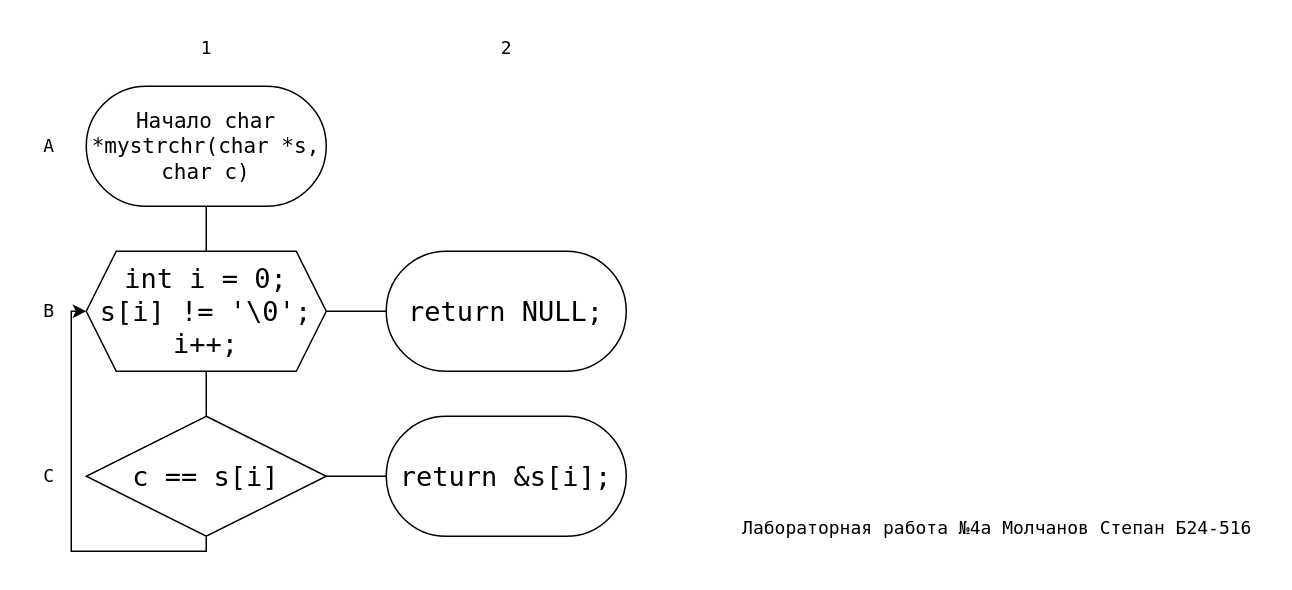
Before: page "mystrchr" (8 of 9) of lab4/flowchart.drawio in molchanov71/MEPhIflowcharts, a draw.io diagram. Source tidied: cells renumbered, new cells numbered last; positions are measured from the earlier drawing's top-left corner, leaving out a move shared by most shapes. Both pictures are drawn from the tidied source at 150%, with x=0, y=0 at pixel (26, 26).
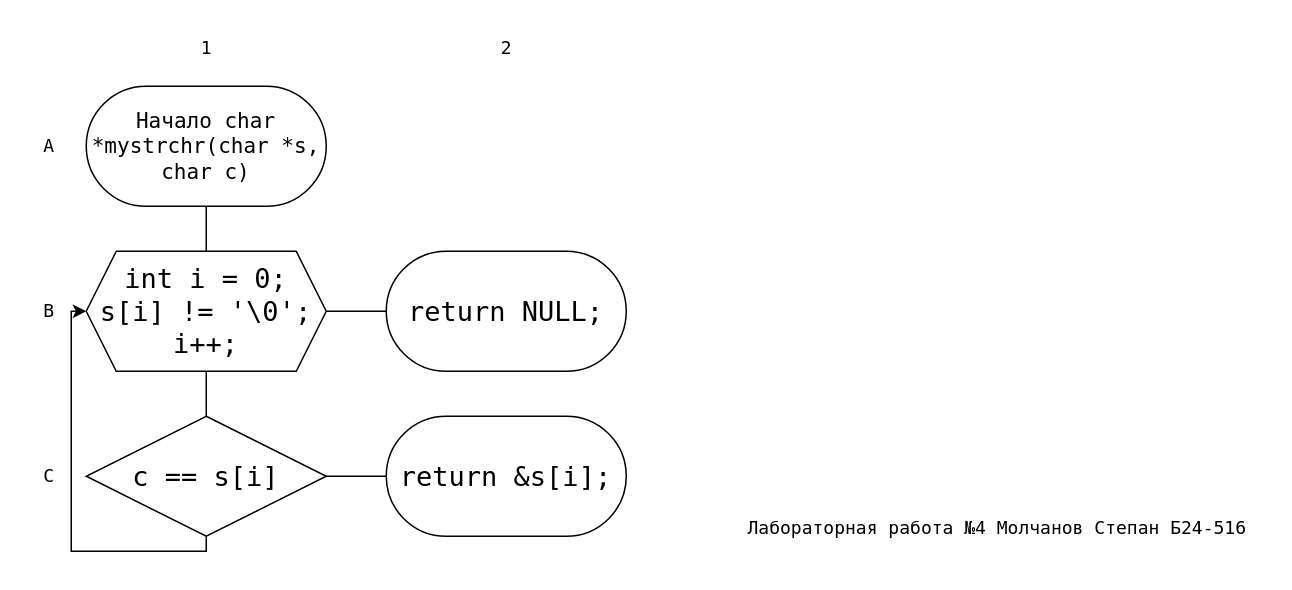
Above is the later version.

Diff of the diagram source:
```diff
@@
 <mxGraphModel>
   <root>
     <mxCell id="0" />
     <mxCell id="1" parent="0" />
     <mxCell id="2" style="edgeStyle=orthogonalEdgeStyle;rounded=0;jettySize=auto;html=1;exitX=0.5;exitY=1;exitDx=0;exitDy=0;entryX=0.5;entryY=0;entryDx=0;entryDy=0;endArrow=none;endFill=0;" parent="1" edge="1" source="3" target="6">
       <mxGeometry relative="1" as="geometry" />
     </mxCell>
     <mxCell id="3" value="&lt;font style=&quot;font-size: 14px;&quot; face=&quot;Lucida Console&quot;&gt;Начало char *mystrchr(char *s, char c)&lt;/font&gt;" style="rounded=1;whiteSpace=wrap;html=1;arcSize=50;" parent="1" vertex="1">
       <mxGeometry x="40" y="40" width="160" height="80" as="geometry" />
     </mxCell>
     <mxCell id="4" style="edgeStyle=orthogonalEdgeStyle;rounded=0;jettySize=auto;html=1;exitX=0.5;exitY=1;exitDx=0;exitDy=0;entryX=0.5;entryY=0;entryDx=0;entryDy=0;endArrow=none;endFill=0;" parent="1" edge="1" source="6" target="9">
       <mxGeometry relative="1" as="geometry" />
     </mxCell>
     <mxCell id="5" style="edgeStyle=orthogonalEdgeStyle;rounded=0;jettySize=auto;html=1;exitX=1;exitY=0.5;exitDx=0;exitDy=0;entryX=0;entryY=0.5;entryDx=0;entryDy=0;endArrow=none;endFill=0;" parent="1" edge="1" source="6" target="11">
       <mxGeometry relative="1" as="geometry" />
     </mxCell>
     <mxCell id="6" value="&lt;font style=&quot;font-size: 18px;&quot; face=&quot;Lucida Console&quot;&gt;int i = 0;&lt;br&gt;s[i] != '\0';&lt;br&gt;i++;&lt;/font&gt;" style="shape=hexagon;perimeter=hexagonPerimeter2;whiteSpace=wrap;html=1;fixedSize=1;" parent="1" vertex="1">
       <mxGeometry x="40" y="150" width="160" height="80" as="geometry" />
     </mxCell>
     <mxCell id="7" style="edgeStyle=orthogonalEdgeStyle;rounded=0;jettySize=auto;html=1;exitX=0.5;exitY=1;exitDx=0;exitDy=0;entryX=0;entryY=0.5;entryDx=0;entryDy=0;" parent="1" edge="1" source="9" target="6">
       <mxGeometry relative="1" as="geometry">
         <Array as="points">
           <mxPoint x="120" y="350" />
           <mxPoint x="30" y="350" />
           <mxPoint x="30" y="190" />
         </Array>
       </mxGeometry>
     </mxCell>
     <mxCell id="8" style="edgeStyle=orthogonalEdgeStyle;rounded=0;jettySize=auto;html=1;exitX=1;exitY=0.5;exitDx=0;exitDy=0;entryX=0;entryY=0.5;entryDx=0;entryDy=0;endArrow=none;endFill=0;" parent="1" edge="1" source="9" target="10">
       <mxGeometry relative="1" as="geometry" />
     </mxCell>
     <mxCell id="9" value="&lt;font style=&quot;font-size: 18px;&quot; face=&quot;Lucida Console&quot;&gt;c == s[i]&lt;/font&gt;" style="rhombus;whiteSpace=wrap;html=1;" parent="1" vertex="1">
       <mxGeometry x="40" y="260" width="160" height="80" as="geometry" />
     </mxCell>
     <mxCell id="10" value="&lt;font style=&quot;font-size: 18px;&quot; face=&quot;Lucida Console&quot;&gt;return &amp;amp;s[i];&lt;/font&gt;" style="rounded=1;whiteSpace=wrap;html=1;arcSize=50;" parent="1" vertex="1">
       <mxGeometry x="240" y="260" width="160" height="80" as="geometry" />
     </mxCell>
     <mxCell id="11" value="&lt;font style=&quot;font-size: 18px;&quot; face=&quot;Lucida Console&quot;&gt;return NULL;&lt;/font&gt;" style="rounded=1;whiteSpace=wrap;html=1;arcSize=50;" parent="1" vertex="1">
       <mxGeometry x="240" y="150" width="160" height="80" as="geometry" />
     </mxCell>
     <mxCell id="12" value="&lt;font face=&quot;Lucida Console&quot;&gt;1&lt;/font&gt;" style="text;html=1;align=center;verticalAlign=middle;strokeColor=none;fillColor=none;" parent="1" vertex="1">
       <mxGeometry x="105" width="30" height="30" as="geometry" />
     </mxCell>
     <mxCell id="13" value="&lt;font face=&quot;Lucida Console&quot;&gt;2&lt;/font&gt;" style="text;html=1;align=center;verticalAlign=middle;strokeColor=none;fillColor=none;" parent="1" vertex="1">
       <mxGeometry x="305" width="30" height="30" as="geometry" />
     </mxCell>
     <mxCell id="14" value="&lt;font face=&quot;Lucida Console&quot;&gt;A&lt;/font&gt;" style="text;html=1;align=center;verticalAlign=middle;strokeColor=none;fillColor=none;" parent="1" vertex="1">
       <mxGeometry y="65" width="30" height="30" as="geometry" />
     </mxCell>
     <mxCell id="15" value="&lt;font face=&quot;Lucida Console&quot;&gt;B&lt;/font&gt;" style="text;html=1;align=center;verticalAlign=middle;strokeColor=none;fillColor=none;" parent="1" vertex="1">
       <mxGeometry y="175" width="30" height="30" as="geometry" />
     </mxCell>
     <mxCell id="16" value="&lt;font face=&quot;Lucida Console&quot;&gt;C&lt;/font&gt;" style="text;html=1;align=center;verticalAlign=middle;strokeColor=none;fillColor=none;" parent="1" vertex="1">
       <mxGeometry y="285" width="30" height="30" as="geometry" />
     </mxCell>
-    <mxCell id="17" value="&lt;font face=&quot;Lucida Console&quot;&gt;Лабораторная работа №4а Молчанов Степан Б24-516&lt;/font&gt;" style="text;html=1;align=center;verticalAlign=middle;strokeColor=none;fillColor=none;" parent="1" vertex="1">
+    <mxCell id="17" value="&lt;font face=&quot;Lucida Console&quot;&gt;Лабораторная работа №4&lt;/font&gt;&lt;span style=&quot;font-family: &amp;quot;Lucida Console&amp;quot;; background-color: initial;&quot;&gt;&amp;nbsp;Молчанов Степан Б24-516&lt;/span&gt;" style="text;html=1;align=center;verticalAlign=middle;strokeColor=none;fillColor=none;" parent="1" vertex="1">
       <mxGeometry x="467" y="320" width="360" height="30" as="geometry" />
     </mxCell>
   </root>
 </mxGraphModel>
```
